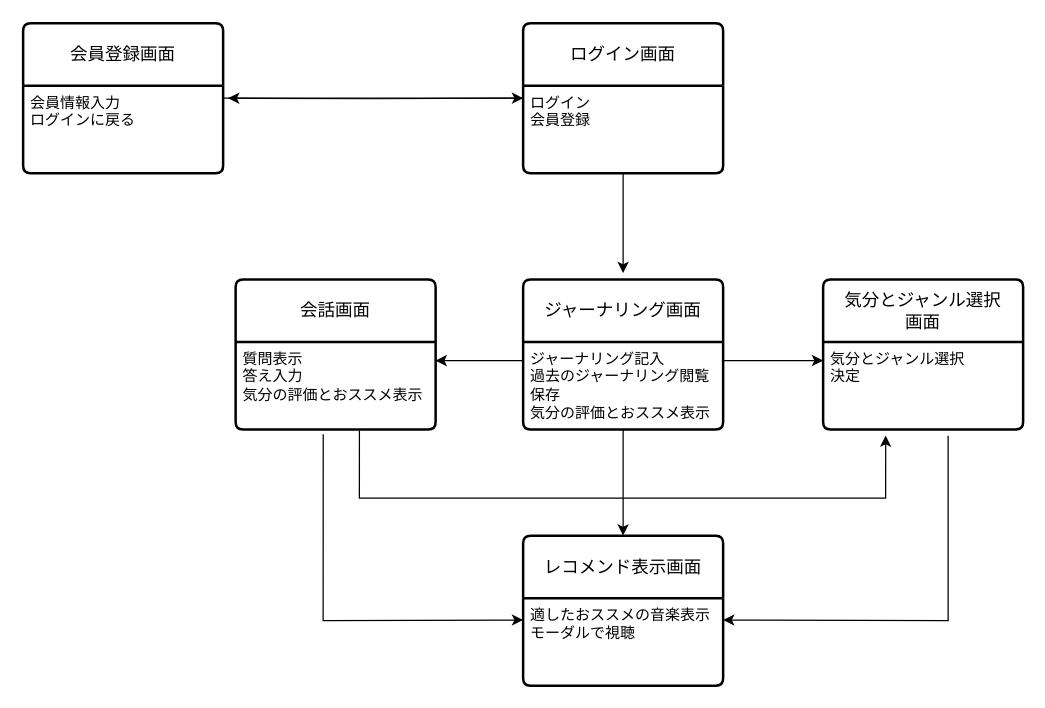
The draw.io diagram documents/画面遷移図.drawio in MatsudaSaku/MoodTune, before the edit. Source tidied: cells renumbered, new cells numbered last; positions are measured from the earlier drawing's top-left corner, leaving out a move shared by most shapes. Both pictures are drawn from the tidied source at 125%, with x=0, y=0 at pixel (22, 22).
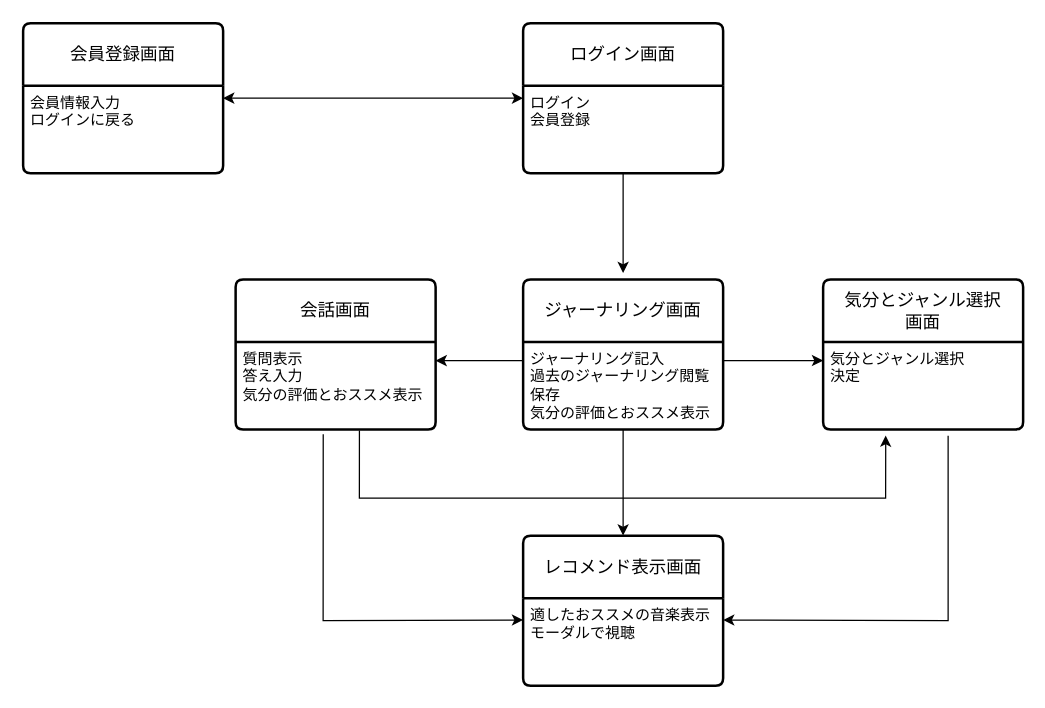
The same diagram, later.

Commit message (it also covers changes not shown here):
画面遷移図.drawio を更新します

Unchanged cells that the change refers to:
```xml
<mxCell id="8" value="会員情報入力&lt;div&gt;ログインに戻る&lt;/div&gt;" style="align=left;strokeColor=none;fillColor=none;spacingLeft=4;fontSize=12;verticalAlign=top;html=1;" parent="7" vertex="1">
  <mxGeometry y="50" width="160" height="70" as="geometry" />
</mxCell>
<mxCell id="21" value="ログイン画面" style="swimlane;horizontal=1;startSize=50;rounded=1;fontSize=14;fontStyle=0;strokeWidth=2;shadow=0;dashed=0;align=center;arcSize=4;whiteSpace=wrap;html=1;" parent="1" vertex="1">
  <mxGeometry x="400" width="160" height="120" as="geometry" />
</mxCell>
```

What changed in the source:
```diff
@@
-    <mxCell id="2" style="edgeStyle=orthogonalEdgeStyle;rounded=0;jettySize=auto;html=1;entryX=1.025;entryY=0.143;entryDx=0;entryDy=0;entryPerimeter=0;" parent="1" edge="1" target="8">
-      <mxGeometry relative="1" as="geometry">
-        <mxPoint x="400" y="60" as="sourcePoint" />
-      </mxGeometry>
-    </mxCell>
@@
-    <mxCell id="15" style="endArrow=classic;html=1;rounded=0;entryX=0;entryY=0.5;entryDx=0;entryDy=0;" parent="1" edge="1">
-      <mxGeometry relative="1" as="geometry">
-        <mxPoint x="160" y="60" as="sourcePoint" />
-        <mxPoint x="400" y="60" as="targetPoint" />
-      </mxGeometry>
-    </mxCell>
@@
+    <mxCell id="23" style="endArrow=classic;startArrow=classic;html=1;rounded=0;entryX=0;entryY=0.5;entryDx=0;entryDy=0;" parent="1" edge="1" target="21">
+      <mxGeometry relative="1" as="geometry">
+        <mxPoint x="160" y="60" as="sourcePoint" />
+      </mxGeometry>
+    </mxCell>
```
